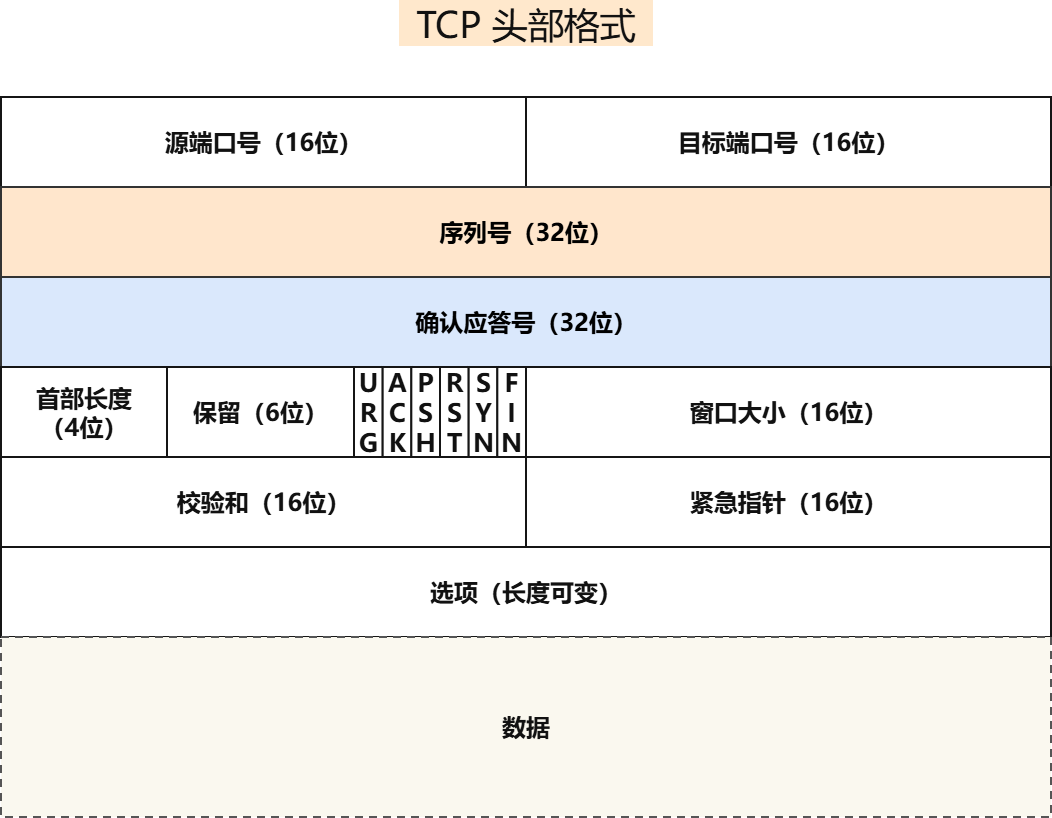
The draw.io diagram network/TCP 头部格式.drawio.png in oHo404/imgrepo, before a commit. Source tidied: cells renumbered, new cells last; positions are measured from the earlier drawing's top-left corner, leaving out a move shared by most shapes.
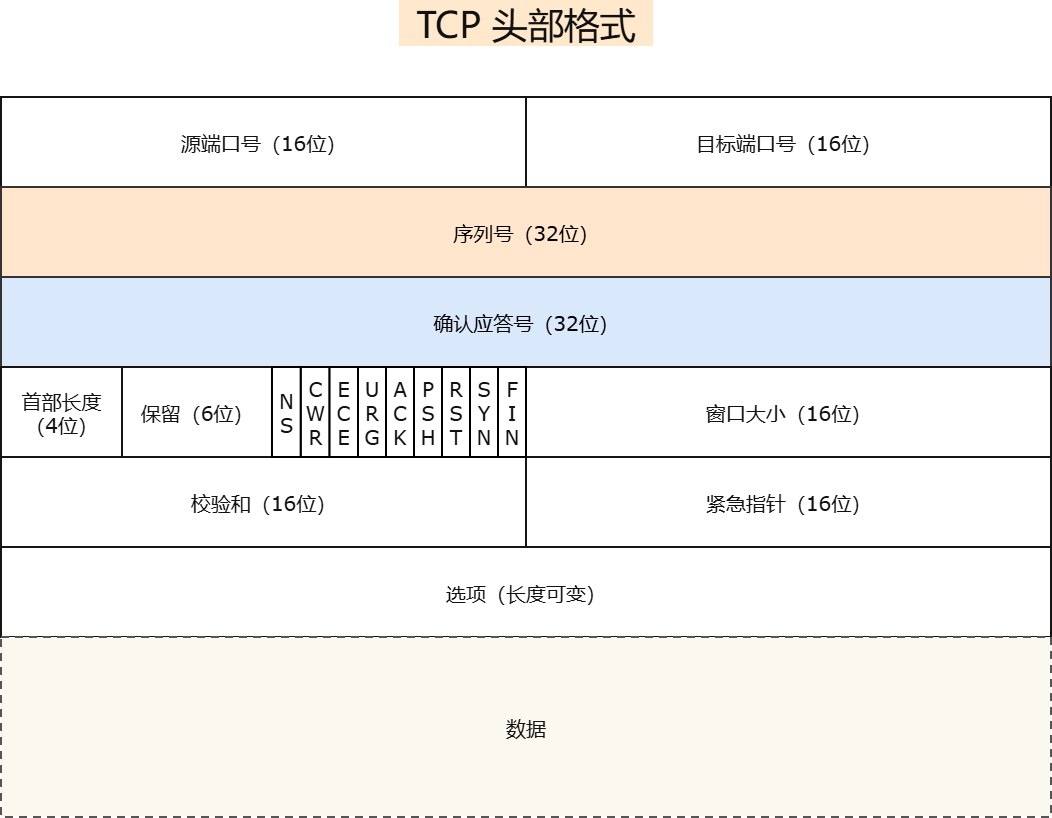
Above is the later version.

Commit message:
更新TCP 头部格式.drawio.png

What changed in the source:
```diff
@@ -2,59 +2,68 @@
   <root>
     <mxCell id="0" />
     <mxCell id="1" parent="0" />
-    <mxCell id="2" value="TCP 头部格式" style="rounded=0;whiteSpace=wrap;html=0;align=center;verticalAlign=middle;fontFamily=Microsoft YaHei;fontSize=24;fontStyle=1;fontColor=#111111;strokeColor=#151515;strokeWidth=2;fillColor=#FFE8CC;spacing=0;strokeColor=none;fontSize=36;fontStyle=0;" parent="1" vertex="1">
+    <mxCell id="2" value="TCP 头部格式" style="rounded=0;whiteSpace=wrap;html=0;align=center;verticalAlign=middle;fontFamily=Microsoft YaHei;fontSize=30;fontStyle=1;fontColor=#111111;strokeColor=#151515;strokeWidth=2;fillColor=#FFE8CC;spacing=0;strokeColor=none;fontSize=36;fontStyle=0;" parent="1" vertex="1">
       <mxGeometry x="398" width="254" height="46" as="geometry" />
     </mxCell>
-    <mxCell id="3" value="源端口号（16位）" style="rounded=0;whiteSpace=wrap;html=0;align=center;verticalAlign=middle;fontFamily=Microsoft YaHei;fontSize=24;fontStyle=1;fontColor=#111111;strokeColor=#151515;strokeWidth=2;fillColor=#FFFFFF;spacing=0;" parent="1" vertex="1">
+    <mxCell id="3" value="源端口号（16位）" style="rounded=0;whiteSpace=wrap;html=0;align=center;verticalAlign=middle;fontFamily=Verdana;fontSize=20;fontStyle=0;fontColor=#111111;strokeColor=#151515;strokeWidth=2;fillColor=#FFFFFF;spacing=0;" parent="1" vertex="1">
       <mxGeometry y="97" width="525" height="90" as="geometry" />
     </mxCell>
-    <mxCell id="4" value="目标端口号（16位）" style="rounded=0;whiteSpace=wrap;html=0;align=center;verticalAlign=middle;fontFamily=Microsoft YaHei;fontSize=24;fontStyle=1;fontColor=#111111;strokeColor=#151515;strokeWidth=2;fillColor=#FFFFFF;spacing=0;" parent="1" vertex="1">
+    <mxCell id="4" value="目标端口号（16位）" style="rounded=0;whiteSpace=wrap;html=0;align=center;verticalAlign=middle;fontFamily=Verdana;fontSize=20;fontStyle=0;fontColor=#111111;strokeColor=#151515;strokeWidth=2;fillColor=#FFFFFF;spacing=0;" parent="1" vertex="1">
       <mxGeometry x="525" y="97" width="525" height="90" as="geometry" />
     </mxCell>
-    <mxCell id="5" value="序列号（32位）" style="rounded=0;whiteSpace=wrap;html=0;align=center;verticalAlign=middle;fontFamily=Microsoft YaHei;fontSize=24;fontStyle=1;strokeColor=#333333;strokeWidth=2;fillColor=#ffe6cc;spacing=0;" parent="1" vertex="1">
+    <mxCell id="5" value="序列号（32位）" style="rounded=0;whiteSpace=wrap;html=0;align=center;verticalAlign=middle;fontFamily=Verdana;fontSize=20;fontStyle=0;strokeColor=#333333;strokeWidth=2;fillColor=#ffe6cc;spacing=0;" parent="1" vertex="1">
       <mxGeometry y="187" width="1050" height="90" as="geometry" />
     </mxCell>
-    <mxCell id="6" value="确认应答号（32位）" style="rounded=0;whiteSpace=wrap;html=0;align=center;verticalAlign=middle;fontFamily=Microsoft YaHei;fontSize=24;fontStyle=1;strokeColor=#333333;strokeWidth=2;fillColor=#dae8fc;spacing=0;" parent="1" vertex="1">
+    <mxCell id="6" value="确认应答号（32位）" style="rounded=0;whiteSpace=wrap;html=0;align=center;verticalAlign=middle;fontFamily=Verdana;fontSize=20;fontStyle=0;strokeColor=#333333;strokeWidth=2;fillColor=#dae8fc;spacing=0;" parent="1" vertex="1">
       <mxGeometry y="277" width="1050" height="90" as="geometry" />
     </mxCell>
-    <mxCell id="7" value="首部长度&#10;（4位）" style="rounded=0;whiteSpace=wrap;html=0;align=center;verticalAlign=middle;fontFamily=Microsoft YaHei;fontSize=24;fontStyle=1;fontColor=#111111;strokeColor=#151515;strokeWidth=2;fillColor=#FFFFFF;spacing=0;" parent="1" vertex="1">
-      <mxGeometry y="367" width="166" height="90" as="geometry" />
+    <mxCell id="7" value="首部长度&#10;（4位）" style="rounded=0;whiteSpace=wrap;html=0;align=center;verticalAlign=middle;fontFamily=Verdana;fontSize=20;fontStyle=0;fontColor=#111111;strokeColor=#151515;strokeWidth=2;fillColor=#FFFFFF;spacing=0;" parent="1" vertex="1">
+      <mxGeometry y="367" width="121" height="90" as="geometry" />
     </mxCell>
-    <mxCell id="8" value="保留（6位）" style="rounded=0;whiteSpace=wrap;html=0;align=center;verticalAlign=middle;fontFamily=Microsoft YaHei;fontSize=24;fontStyle=1;fontColor=#111111;strokeColor=#151515;strokeWidth=2;fillColor=#FFFFFF;spacing=0;" parent="1" vertex="1">
-      <mxGeometry x="166" y="367" width="187" height="90" as="geometry" />
+    <mxCell id="8" value="保留（6位）" style="rounded=0;whiteSpace=wrap;html=0;align=center;verticalAlign=middle;fontFamily=Verdana;fontSize=20;fontStyle=0;fontColor=#111111;strokeColor=#151515;strokeWidth=2;fillColor=#FFFFFF;spacing=0;" parent="1" vertex="1">
+      <mxGeometry x="121" y="367" width="150" height="90" as="geometry" />
     </mxCell>
-    <mxCell id="9" value="U&#10;R&#10;G" style="rounded=0;whiteSpace=wrap;html=0;align=center;verticalAlign=middle;fontFamily=Microsoft YaHei;fontSize=24;fontStyle=1;fontColor=#111111;strokeColor=#151515;strokeWidth=2;fillColor=#FFFFFF;spacing=0;fontSize=25;spacing=0;" parent="1" vertex="1">
-      <mxGeometry x="353" y="367" width="28.7" height="90" as="geometry" />
-    </mxCell>
-    <mxCell id="10" value="A&#10;C&#10;K" style="rounded=0;whiteSpace=wrap;html=0;align=center;verticalAlign=middle;fontFamily=Microsoft YaHei;fontSize=24;fontStyle=1;fontColor=#111111;strokeColor=#151515;strokeWidth=2;fillColor=#FFFFFF;spacing=0;fontSize=25;spacing=0;" parent="1" vertex="1">
-      <mxGeometry x="381.7" y="367" width="28.7" height="90" as="geometry" />
-    </mxCell>
-    <mxCell id="11" value="P&#10;S&#10;H" style="rounded=0;whiteSpace=wrap;html=0;align=center;verticalAlign=middle;fontFamily=Microsoft YaHei;fontSize=24;fontStyle=1;fontColor=#111111;strokeColor=#151515;strokeWidth=2;fillColor=#FFFFFF;spacing=0;fontSize=25;spacing=0;" parent="1" vertex="1">
-      <mxGeometry x="410.3" y="367" width="28.7" height="90" as="geometry" />
-    </mxCell>
-    <mxCell id="12" value="R&#10;S&#10;T" style="rounded=0;whiteSpace=wrap;html=0;align=center;verticalAlign=middle;fontFamily=Microsoft YaHei;fontSize=24;fontStyle=1;fontColor=#111111;strokeColor=#151515;strokeWidth=2;fillColor=default;spacing=0;fontSize=25;spacing=0;" parent="1" vertex="1">
-      <mxGeometry x="439" y="367" width="28.7" height="90" as="geometry" />
-    </mxCell>
-    <mxCell id="13" value="S&#10;Y&#10;N" style="rounded=0;whiteSpace=wrap;html=0;align=center;verticalAlign=middle;fontFamily=Microsoft YaHei;fontSize=24;fontStyle=1;fontColor=#111111;strokeColor=#151515;strokeWidth=2;fillColor=default;spacing=0;fontSize=25;spacing=0;" parent="1" vertex="1">
-      <mxGeometry x="467.7" y="367" width="28.7" height="90" as="geometry" />
-    </mxCell>
-    <mxCell id="14" value="F&#10;I&#10;N" style="rounded=0;whiteSpace=wrap;html=0;align=center;verticalAlign=middle;fontFamily=Microsoft YaHei;fontSize=24;fontStyle=1;fontColor=#111111;strokeColor=#151515;strokeWidth=2;fillColor=default;spacing=0;fontSize=25;spacing=0;" parent="1" vertex="1">
-      <mxGeometry x="496.3" y="367" width="28.7" height="90" as="geometry" />
-    </mxCell>
-    <mxCell id="15" value="窗口大小（16位）" style="rounded=0;whiteSpace=wrap;html=0;align=center;verticalAlign=middle;fontFamily=Microsoft YaHei;fontSize=24;fontStyle=1;fontColor=#111111;strokeColor=#151515;strokeWidth=2;fillColor=#FFFFFF;spacing=0;" parent="1" vertex="1">
+    <mxCell id="15" value="窗口大小（16位）" style="rounded=0;whiteSpace=wrap;html=0;align=center;verticalAlign=middle;fontFamily=Verdana;fontSize=20;fontStyle=0;fontColor=#111111;strokeColor=#151515;strokeWidth=2;fillColor=#FFFFFF;spacing=0;" parent="1" vertex="1">
       <mxGeometry x="525" y="367" width="525" height="90" as="geometry" />
     </mxCell>
-    <mxCell id="16" value="校验和（16位）" style="rounded=0;whiteSpace=wrap;html=0;align=center;verticalAlign=middle;fontFamily=Microsoft YaHei;fontSize=24;fontStyle=1;fontColor=#111111;strokeColor=#151515;strokeWidth=2;fillColor=#FFFFFF;spacing=0;" parent="1" vertex="1">
+    <mxCell id="16" value="校验和（16位）" style="rounded=0;whiteSpace=wrap;html=0;align=center;verticalAlign=middle;fontFamily=Verdana;fontSize=20;fontStyle=0;fontColor=#111111;strokeColor=#151515;strokeWidth=2;fillColor=#FFFFFF;spacing=0;" parent="1" vertex="1">
       <mxGeometry y="457" width="525" height="90" as="geometry" />
     </mxCell>
-    <mxCell id="17" value="紧急指针（16位）" style="rounded=0;whiteSpace=wrap;html=0;align=center;verticalAlign=middle;fontFamily=Microsoft YaHei;fontSize=24;fontStyle=1;fontColor=#111111;strokeColor=#151515;strokeWidth=2;fillColor=#FFFFFF;spacing=0;" parent="1" vertex="1">
+    <mxCell id="17" value="紧急指针（16位）" style="rounded=0;whiteSpace=wrap;html=0;align=center;verticalAlign=middle;fontFamily=Verdana;fontSize=20;fontStyle=0;fontColor=#111111;strokeColor=#151515;strokeWidth=2;fillColor=#FFFFFF;spacing=0;" parent="1" vertex="1">
       <mxGeometry x="525" y="457" width="525" height="90" as="geometry" />
     </mxCell>
-    <mxCell id="18" value="选项（长度可变）" style="rounded=0;whiteSpace=wrap;html=0;align=center;verticalAlign=middle;fontFamily=Microsoft YaHei;fontSize=24;fontStyle=1;fontColor=#111111;strokeColor=#151515;strokeWidth=2;fillColor=#FFFFFF;spacing=0;" parent="1" vertex="1">
+    <mxCell id="18" value="选项（长度可变）" style="rounded=0;whiteSpace=wrap;html=0;align=center;verticalAlign=middle;fontFamily=Verdana;fontSize=20;fontStyle=0;fontColor=#111111;strokeColor=#151515;strokeWidth=2;fillColor=#FFFFFF;spacing=0;" parent="1" vertex="1">
       <mxGeometry y="547" width="1050" height="90" as="geometry" />
     </mxCell>
-    <mxCell id="19" value="数据" style="rounded=0;whiteSpace=wrap;html=0;align=center;verticalAlign=middle;fontFamily=Microsoft YaHei;fontSize=24;fontStyle=1;fontColor=#111111;strokeColor=#151515;strokeWidth=2;fillColor=#FAF8EF;spacing=0;dashed=1;dashPattern=4 3;strokeColor=#555555;" parent="1" vertex="1">
+    <mxCell id="19" value="数据" style="rounded=0;whiteSpace=wrap;html=0;align=center;verticalAlign=middle;fontFamily=Verdana;fontSize=20;fontStyle=0;fontColor=#111111;strokeColor=#151515;strokeWidth=2;fillColor=#FAF8EF;spacing=0;dashed=1;dashPattern=4 3;strokeColor=#555555;" parent="1" vertex="1">
       <mxGeometry y="637" width="1050" height="180" as="geometry" />
     </mxCell>
+    <mxCell id="14" value="&lt;font style=&quot;font-size: 20px;&quot; face=&quot;Verdana&quot;&gt;&lt;span style=&quot;color: rgb(17, 17, 17);&quot;&gt;F&lt;/span&gt;&lt;br style=&quot;padding: 0px; margin: 0px; color: rgb(17, 17, 17);&quot;&gt;&lt;span style=&quot;color: rgb(17, 17, 17);&quot;&gt;I&lt;/span&gt;&lt;br style=&quot;padding: 0px; margin: 0px; color: rgb(17, 17, 17);&quot;&gt;&lt;span style=&quot;color: rgb(17, 17, 17);&quot;&gt;N&lt;/span&gt;&lt;/font&gt;" style="rounded=0;whiteSpace=wrap;html=1;strokeWidth=2;" parent="1" vertex="1">
+      <mxGeometry x="497" y="367" width="28" height="90" as="geometry" />
+    </mxCell>
+    <mxCell id="13" value="&lt;font color=&quot;#111111&quot; face=&quot;Verdana&quot;&gt;&lt;span style=&quot;font-size: 20px;&quot;&gt;S&lt;/span&gt;&lt;/font&gt;&lt;div&gt;&lt;font color=&quot;#111111&quot; face=&quot;Verdana&quot;&gt;&lt;span style=&quot;font-size: 20px;&quot;&gt;Y&lt;/span&gt;&lt;/font&gt;&lt;/div&gt;&lt;div&gt;&lt;font color=&quot;#111111&quot; face=&quot;Verdana&quot;&gt;&lt;span style=&quot;font-size: 20px;&quot;&gt;N&lt;/span&gt;&lt;/font&gt;&lt;/div&gt;" style="rounded=0;whiteSpace=wrap;html=1;strokeWidth=2;" parent="1" vertex="1">
+      <mxGeometry x="469" y="367" width="28" height="90" as="geometry" />
+    </mxCell>
+    <mxCell id="12" value="&lt;font color=&quot;#111111&quot; face=&quot;Verdana&quot;&gt;&lt;span style=&quot;font-size: 20px;&quot;&gt;R&lt;/span&gt;&lt;/font&gt;&lt;div&gt;&lt;font color=&quot;#111111&quot; face=&quot;Verdana&quot;&gt;&lt;span style=&quot;font-size: 20px;&quot;&gt;S&lt;/span&gt;&lt;/font&gt;&lt;/div&gt;&lt;div&gt;&lt;font color=&quot;#111111&quot; face=&quot;Verdana&quot;&gt;&lt;span style=&quot;font-size: 20px;&quot;&gt;T&lt;/span&gt;&lt;/font&gt;&lt;/div&gt;" style="rounded=0;whiteSpace=wrap;html=1;strokeWidth=2;" parent="1" vertex="1">
+      <mxGeometry x="441" y="367" width="28" height="90" as="geometry" />
+    </mxCell>
+    <mxCell id="11" value="&lt;font color=&quot;#111111&quot; face=&quot;Verdana&quot;&gt;&lt;span style=&quot;font-size: 20px;&quot;&gt;P&lt;/span&gt;&lt;/font&gt;&lt;div&gt;&lt;font color=&quot;#111111&quot; face=&quot;Verdana&quot;&gt;&lt;span style=&quot;font-size: 20px;&quot;&gt;S&lt;/span&gt;&lt;/font&gt;&lt;/div&gt;&lt;div&gt;&lt;font color=&quot;#111111&quot; face=&quot;Verdana&quot;&gt;&lt;span style=&quot;font-size: 20px;&quot;&gt;H&lt;/span&gt;&lt;/font&gt;&lt;/div&gt;" style="rounded=0;whiteSpace=wrap;html=1;strokeWidth=2;" parent="1" vertex="1">
+      <mxGeometry x="413" y="367" width="28" height="90" as="geometry" />
+    </mxCell>
+    <mxCell id="10" value="&lt;font color=&quot;#111111&quot; face=&quot;Verdana&quot;&gt;&lt;span style=&quot;font-size: 20px;&quot;&gt;A&lt;/span&gt;&lt;/font&gt;&lt;div&gt;&lt;font color=&quot;#111111&quot; face=&quot;Verdana&quot;&gt;&lt;span style=&quot;font-size: 20px;&quot;&gt;C&lt;/span&gt;&lt;/font&gt;&lt;/div&gt;&lt;div&gt;&lt;font color=&quot;#111111&quot; face=&quot;Verdana&quot;&gt;&lt;span style=&quot;font-size: 20px;&quot;&gt;K&lt;/span&gt;&lt;/font&gt;&lt;/div&gt;" style="rounded=0;whiteSpace=wrap;html=1;strokeWidth=2;" parent="1" vertex="1">
+      <mxGeometry x="385" y="367" width="28" height="90" as="geometry" />
+    </mxCell>
+    <mxCell id="9" value="&lt;font color=&quot;#111111&quot; face=&quot;Verdana&quot;&gt;&lt;span style=&quot;font-size: 20px;&quot;&gt;U&lt;/span&gt;&lt;/font&gt;&lt;div&gt;&lt;font color=&quot;#111111&quot; face=&quot;Verdana&quot;&gt;&lt;span style=&quot;font-size: 20px;&quot;&gt;R&lt;/span&gt;&lt;/font&gt;&lt;/div&gt;&lt;div&gt;&lt;font color=&quot;#111111&quot; face=&quot;Verdana&quot;&gt;&lt;span style=&quot;font-size: 20px;&quot;&gt;G&lt;/span&gt;&lt;/font&gt;&lt;/div&gt;" style="rounded=0;whiteSpace=wrap;html=1;strokeWidth=2;" parent="1" vertex="1">
+      <mxGeometry x="357" y="367" width="28" height="90" as="geometry" />
+    </mxCell>
+    <mxCell id="20" value="&lt;font color=&quot;#111111&quot; face=&quot;Verdana&quot;&gt;&lt;span style=&quot;font-size: 20px;&quot;&gt;E&lt;/span&gt;&lt;/font&gt;&lt;div&gt;&lt;font color=&quot;#111111&quot; face=&quot;Verdana&quot;&gt;&lt;span style=&quot;font-size: 20px;&quot;&gt;C&lt;/span&gt;&lt;/font&gt;&lt;/div&gt;&lt;div&gt;&lt;font color=&quot;#111111&quot; face=&quot;Verdana&quot;&gt;&lt;span style=&quot;font-size: 20px;&quot;&gt;E&lt;/span&gt;&lt;/font&gt;&lt;/div&gt;" style="rounded=0;whiteSpace=wrap;html=1;strokeWidth=2;" parent="1" vertex="1">
+      <mxGeometry x="328.3" y="367" width="28.7" height="90" as="geometry" />
+    </mxCell>
+    <mxCell id="21" value="&lt;font color=&quot;#111111&quot; face=&quot;Verdana&quot;&gt;&lt;span style=&quot;font-size: 20px;&quot;&gt;C&lt;/span&gt;&lt;/font&gt;&lt;div&gt;&lt;font color=&quot;#111111&quot; face=&quot;Verdana&quot;&gt;&lt;span style=&quot;font-size: 20px;&quot;&gt;W&lt;/span&gt;&lt;/font&gt;&lt;/div&gt;&lt;div&gt;&lt;font color=&quot;#111111&quot; face=&quot;Verdana&quot;&gt;&lt;span style=&quot;font-size: 20px;&quot;&gt;R&lt;/span&gt;&lt;/font&gt;&lt;/div&gt;" style="rounded=0;whiteSpace=wrap;html=1;strokeWidth=2;" parent="1" vertex="1">
+      <mxGeometry x="299.7" y="367" width="28.7" height="90" as="geometry" />
+    </mxCell>
+    <mxCell id="22" value="&lt;font color=&quot;#111111&quot; face=&quot;Verdana&quot;&gt;&lt;span style=&quot;font-size: 20px;&quot;&gt;N&lt;/span&gt;&lt;/font&gt;&lt;div&gt;&lt;font color=&quot;#111111&quot; face=&quot;Verdana&quot;&gt;&lt;span style=&quot;font-size: 20px;&quot;&gt;S&lt;/span&gt;&lt;/font&gt;&lt;/div&gt;" style="rounded=0;whiteSpace=wrap;html=1;strokeWidth=2;" parent="1" vertex="1">
+      <mxGeometry x="271" y="367" width="28.7" height="90" as="geometry" />
+    </mxCell>
   </root>
 </mxGraphModel>
```
